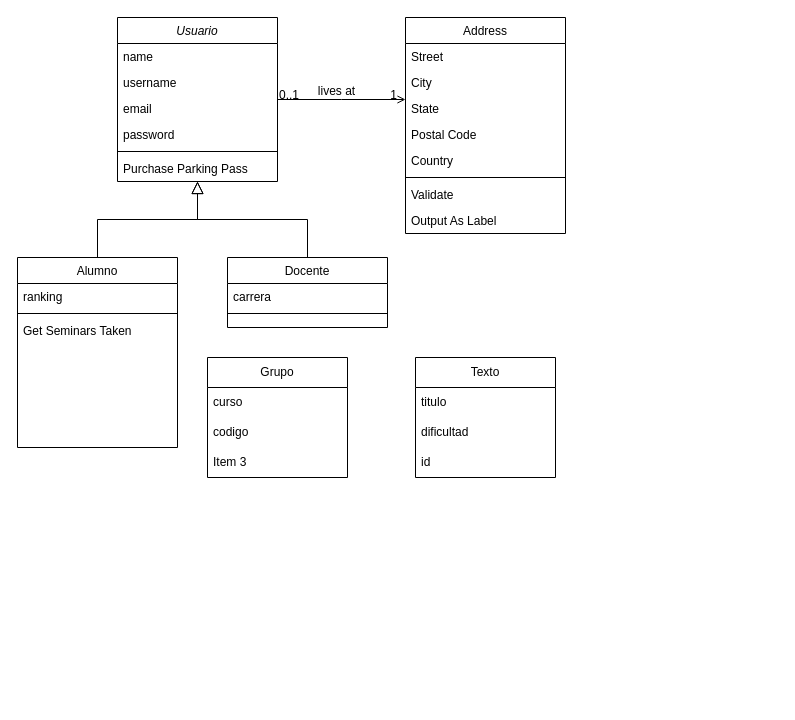
Above: ProjectAlgo2.drawio in jhordannfree/proyectoAlgo2 (draw.io), before the change. Source tidied: cells renumbered, new cells numbered last; positions are measured from the earlier drawing's top-left corner, leaving out a move shared by most shapes. Both pictures are drawn from the tidied source at 100%, with x=0, y=0 at pixel (17, 17).
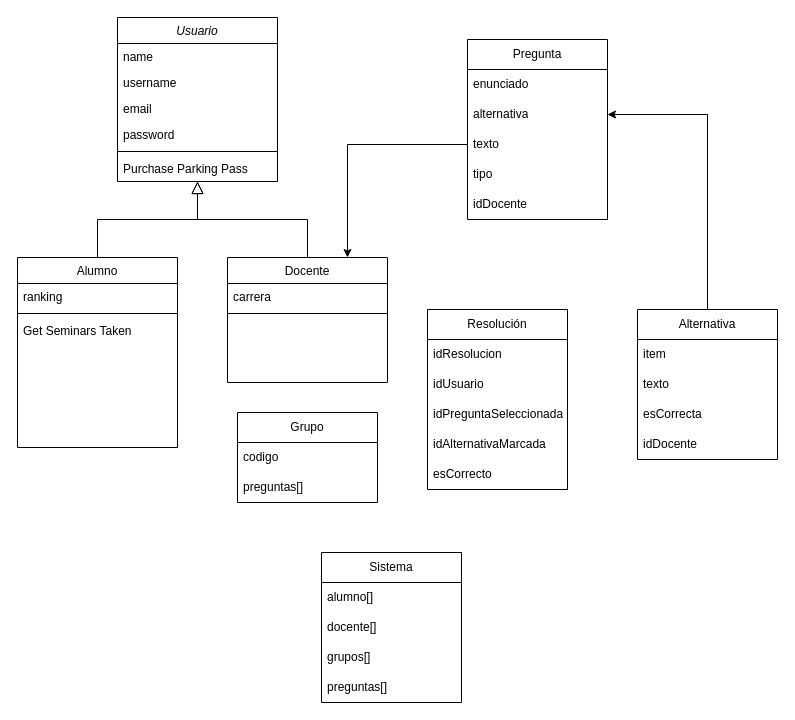
The same diagram, later.

The change refers to these unchanged cells:
```xml
<mxCell id="2" value="Usuario" style="swimlane;fontStyle=2;align=center;verticalAlign=top;horizontal=1;startSize=26;rounded=0;shadow=0;strokeWidth=1;" parent="1" vertex="1">
  <mxGeometry x="100" width="160" height="164" as="geometry" />
</mxCell>
```

The edit, as a diff of the source:
```diff
@@
     <mxCell id="14" value="Docente" style="swimlane;fontStyle=0;align=center;verticalAlign=top;horizontal=1;startSize=26;rounded=0;shadow=0;strokeWidth=1;" parent="1" vertex="1">
-      <mxGeometry x="210" y="240" width="160" height="70" as="geometry" />
+      <mxGeometry x="210" y="240" width="160" height="125" as="geometry" />
     </mxCell>
@@
-    <mxCell id="18" value="Address" style="swimlane;fontStyle=0;align=center;verticalAlign=top;horizontal=1;startSize=26;rounded=0;shadow=0;strokeWidth=1;" parent="1" vertex="1">
-      <mxGeometry x="388" width="160" height="216" as="geometry" />
-    </mxCell>
-    <mxCell id="19" value="Street" style="text;align=left;verticalAlign=top;spacingLeft=4;spacingRight=4;overflow=hidden;" parent="18" vertex="1">
-      <mxGeometry y="26" width="160" height="26" as="geometry" />
-    </mxCell>
-    <mxCell id="20" value="City" style="text;align=left;verticalAlign=top;spacingLeft=4;spacingRight=4;overflow=hidden;rounded=0;shadow=0;html=0;" parent="18" vertex="1">
-      <mxGeometry y="52" width="160" height="26" as="geometry" />
-    </mxCell>
-    <mxCell id="21" value="State" style="text;align=left;verticalAlign=top;spacingLeft=4;spacingRight=4;overflow=hidden;rounded=0;shadow=0;html=0;" parent="18" vertex="1">
-      <mxGeometry y="78" width="160" height="26" as="geometry" />
-    </mxCell>
-    <mxCell id="22" value="Postal Code" style="text;align=left;verticalAlign=top;spacingLeft=4;spacingRight=4;overflow=hidden;rounded=0;shadow=0;html=0;" parent="18" vertex="1">
-      <mxGeometry y="104" width="160" height="26" as="geometry" />
-    </mxCell>
-    <mxCell id="23" value="Country" style="text;align=left;verticalAlign=top;spacingLeft=4;spacingRight=4;overflow=hidden;rounded=0;shadow=0;html=0;" parent="18" vertex="1">
-      <mxGeometry y="130" width="160" height="26" as="geometry" />
-    </mxCell>
-    <mxCell id="24" style="line;html=1;strokeWidth=1;align=left;verticalAlign=middle;spacingTop=-1;spacingLeft=3;spacingRight=3;labelPosition=right;" parent="18" vertex="1">
-      <mxGeometry y="156" width="160" height="8" as="geometry" />
-    </mxCell>
-    <mxCell id="25" value="Validate" style="text;align=left;verticalAlign=top;spacingLeft=4;spacingRight=4;overflow=hidden;" parent="18" vertex="1">
-      <mxGeometry y="164" width="160" height="26" as="geometry" />
-    </mxCell>
-    <mxCell id="26" value="Output As Label" style="text;align=left;verticalAlign=top;spacingLeft=4;spacingRight=4;overflow=hidden;" parent="18" vertex="1">
-      <mxGeometry y="190" width="160" height="26" as="geometry" />
-    </mxCell>
-    <mxCell id="27" style="endArrow=open;shadow=0;strokeWidth=1;rounded=0;endFill=1;edgeStyle=elbowEdgeStyle;elbow=vertical;" parent="1" edge="1" source="2" target="18">
-      <mxGeometry x="0.5" y="41" relative="1" as="geometry">
-        <mxPoint x="-40" y="32" as="offset" />
-      </mxGeometry>
-    </mxCell>
-    <mxCell id="28" value="0..1" style="align=left;verticalAlign=bottom;labelBackgroundColor=none;fontSize=12;" parent="27" vertex="1">
-      <mxGeometry x="-1" relative="1" as="geometry">
-        <mxPoint y="4" as="offset" />
-      </mxGeometry>
-    </mxCell>
-    <mxCell id="29" value="1" style="align=right;verticalAlign=bottom;labelBackgroundColor=none;fontSize=12;" parent="27" vertex="1">
-      <mxGeometry x="1" relative="1" as="geometry">
-        <mxPoint x="-7" y="4" as="offset" />
-      </mxGeometry>
-    </mxCell>
-    <mxCell id="30" value="lives at" style="text;html=1;align=center;verticalAlign=middle;labelBackgroundColor=none;rounded=0;shadow=0;strokeWidth=1;fontSize=12;" parent="27" vertex="1">
-      <mxGeometry x="0.5" y="49" relative="1" as="geometry">
-        <mxPoint x="-38" y="40" as="offset" />
-      </mxGeometry>
-    </mxCell>
     <mxCell id="31" value="Grupo" style="swimlane;fontStyle=0;horizontal=1;startSize=30;whiteSpace=wrap;html=1;" parent="1" vertex="1">
-      <mxGeometry x="190" y="340" width="140" height="120" as="geometry" />
+      <mxGeometry x="220" y="395" width="140" height="90" as="geometry" />
     </mxCell>
-    <mxCell id="32" value="curso" style="text;strokeColor=none;fillColor=none;align=left;verticalAlign=middle;spacingLeft=4;spacingRight=4;overflow=hidden;whiteSpace=wrap;html=1;" parent="31" vertex="1">
-      <mxGeometry y="30" width="140" height="30" as="geometry" />
-    </mxCell>
     <mxCell id="33" value="codigo" style="text;strokeColor=none;fillColor=none;align=left;verticalAlign=middle;spacingLeft=4;spacingRight=4;overflow=hidden;whiteSpace=wrap;html=1;" parent="31" vertex="1">
-      <mxGeometry y="60" width="140" height="30" as="geometry" />
+      <mxGeometry y="30" width="140" height="30" as="geometry" />
     </mxCell>
-    <mxCell id="34" value="Item 3" style="text;strokeColor=none;fillColor=none;align=left;verticalAlign=middle;spacingLeft=4;spacingRight=4;overflow=hidden;whiteSpace=wrap;html=1;" parent="31" vertex="1">
-      <mxGeometry y="90" width="140" height="30" as="geometry" />
+    <mxCell id="34" value="preguntas[]" style="text;strokeColor=none;fillColor=none;align=left;verticalAlign=middle;spacingLeft=4;spacingRight=4;overflow=hidden;whiteSpace=wrap;html=1;" parent="31" vertex="1">
+      <mxGeometry y="60" width="140" height="30" as="geometry" />
     </mxCell>
-    <mxCell id="35" value="Texto" style="swimlane;fontStyle=0;horizontal=1;startSize=30;whiteSpace=wrap;html=1;" parent="1" vertex="1">
-      <mxGeometry x="398" y="340" width="140" height="120" as="geometry" />
+    <mxCell id="35" value="Pregunta" style="swimlane;fontStyle=0;horizontal=1;startSize=30;whiteSpace=wrap;html=1;" parent="1" vertex="1">
+      <mxGeometry x="450" y="22" width="140" height="180" as="geometry" />
     </mxCell>
-    <mxCell id="36" value="titulo" style="text;strokeColor=none;fillColor=none;align=left;verticalAlign=middle;spacingLeft=4;spacingRight=4;overflow=hidden;whiteSpace=wrap;html=1;" parent="35" vertex="1">
+    <mxCell id="36" value="enunciado" style="text;strokeColor=none;fillColor=none;align=left;verticalAlign=middle;spacingLeft=4;spacingRight=4;overflow=hidden;whiteSpace=wrap;html=1;" parent="35" vertex="1">
       <mxGeometry y="30" width="140" height="30" as="geometry" />
     </mxCell>
-    <mxCell id="37" value="dificultad" style="text;strokeColor=none;fillColor=none;align=left;verticalAlign=middle;spacingLeft=4;spacingRight=4;overflow=hidden;points=[[0,0.5],[1,0.5]];portConstraint=eastwest;whiteSpace=wrap;html=1;" parent="35" vertex="1">
+    <mxCell id="37" value="alternativa" style="text;strokeColor=none;fillColor=none;align=left;verticalAlign=middle;spacingLeft=4;spacingRight=4;overflow=hidden;points=[[0,0.5],[1,0.5]];portConstraint=eastwest;whiteSpace=wrap;html=1;" parent="35" vertex="1">
       <mxGeometry y="60" width="140" height="30" as="geometry" />
     </mxCell>
-    <mxCell id="38" value="id" style="text;strokeColor=none;fillColor=none;align=left;verticalAlign=middle;spacingLeft=4;spacingRight=4;overflow=hidden;points=[[0,0.5],[1,0.5]];portConstraint=eastwest;whiteSpace=wrap;html=1;" parent="35" vertex="1">
+    <mxCell id="38" value="texto" style="text;strokeColor=none;fillColor=none;align=left;verticalAlign=middle;spacingLeft=4;spacingRight=4;overflow=hidden;points=[[0,0.5],[1,0.5]];portConstraint=eastwest;whiteSpace=wrap;html=1;" parent="35" vertex="1">
       <mxGeometry y="90" width="140" height="30" as="geometry" />
     </mxCell>
+    <mxCell id="39" value="tipo" style="text;strokeColor=none;fillColor=none;align=left;verticalAlign=middle;spacingLeft=4;spacingRight=4;overflow=hidden;whiteSpace=wrap;html=1;" parent="35" vertex="1">
+      <mxGeometry y="120" width="140" height="30" as="geometry" />
+    </mxCell>
+    <mxCell id="40" value="idDocente" style="text;strokeColor=none;fillColor=none;align=left;verticalAlign=middle;spacingLeft=4;spacingRight=4;overflow=hidden;whiteSpace=wrap;html=1;" parent="35" vertex="1">
+      <mxGeometry y="150" width="140" height="30" as="geometry" />
+    </mxCell>
+    <mxCell id="41" value="Resolución" style="swimlane;fontStyle=0;horizontal=1;startSize=30;whiteSpace=wrap;html=1;" parent="1" vertex="1">
+      <mxGeometry x="410" y="292" width="140" height="180" as="geometry" />
+    </mxCell>
+    <mxCell id="42" value="idResolucion" style="text;strokeColor=none;fillColor=none;align=left;verticalAlign=middle;spacingLeft=4;spacingRight=4;overflow=hidden;whiteSpace=wrap;html=1;" parent="41" vertex="1">
+      <mxGeometry y="30" width="140" height="30" as="geometry" />
+    </mxCell>
+    <mxCell id="43" value="idUsuario" style="text;strokeColor=none;fillColor=none;align=left;verticalAlign=middle;spacingLeft=4;spacingRight=4;overflow=hidden;whiteSpace=wrap;html=1;" parent="41" vertex="1">
+      <mxGeometry y="60" width="140" height="30" as="geometry" />
+    </mxCell>
+    <mxCell id="44" value="idPreguntaSeleccionada" style="text;strokeColor=none;fillColor=none;align=left;verticalAlign=middle;spacingLeft=4;spacingRight=4;overflow=hidden;whiteSpace=wrap;html=1;" parent="41" vertex="1">
+      <mxGeometry y="90" width="140" height="30" as="geometry" />
+    </mxCell>
+    <mxCell id="45" value="idAlternativaMarcada" style="text;strokeColor=none;fillColor=none;align=left;verticalAlign=middle;spacingLeft=4;spacingRight=4;overflow=hidden;whiteSpace=wrap;html=1;" parent="41" vertex="1">
+      <mxGeometry y="120" width="140" height="30" as="geometry" />
+    </mxCell>
+    <mxCell id="46" value="esCorrecto&amp;nbsp;" style="text;strokeColor=none;fillColor=none;align=left;verticalAlign=middle;spacingLeft=4;spacingRight=4;overflow=hidden;whiteSpace=wrap;html=1;" parent="41" vertex="1">
+      <mxGeometry y="150" width="140" height="30" as="geometry" />
+    </mxCell>
+    <mxCell id="47" style="edgeStyle=orthogonalEdgeStyle;rounded=0;jettySize=auto;html=1;entryX=1;entryY=0.5;entryDx=0;entryDy=0;" parent="1" edge="1" source="48" target="37">
+      <mxGeometry relative="1" as="geometry" />
+    </mxCell>
+    <mxCell id="48" value="Alternativa" style="swimlane;fontStyle=0;horizontal=1;startSize=30;whiteSpace=wrap;html=1;" parent="1" vertex="1">
+      <mxGeometry x="620" y="292" width="140" height="150" as="geometry" />
+    </mxCell>
+    <mxCell id="49" value="item" style="text;strokeColor=none;fillColor=none;align=left;verticalAlign=middle;spacingLeft=4;spacingRight=4;overflow=hidden;whiteSpace=wrap;html=1;" parent="48" vertex="1">
+      <mxGeometry y="30" width="140" height="30" as="geometry" />
+    </mxCell>
+    <mxCell id="50" value="texto" style="text;strokeColor=none;fillColor=none;align=left;verticalAlign=middle;spacingLeft=4;spacingRight=4;overflow=hidden;whiteSpace=wrap;html=1;" parent="48" vertex="1">
+      <mxGeometry y="60" width="140" height="30" as="geometry" />
+    </mxCell>
+    <mxCell id="51" value="esCorrecta" style="text;strokeColor=none;fillColor=none;align=left;verticalAlign=middle;spacingLeft=4;spacingRight=4;overflow=hidden;whiteSpace=wrap;html=1;" parent="48" vertex="1">
+      <mxGeometry y="90" width="140" height="30" as="geometry" />
+    </mxCell>
+    <mxCell id="52" value="idDocente" style="text;strokeColor=none;fillColor=none;align=left;verticalAlign=middle;spacingLeft=4;spacingRight=4;overflow=hidden;whiteSpace=wrap;html=1;" parent="48" vertex="1">
+      <mxGeometry y="120" width="140" height="30" as="geometry" />
+    </mxCell>
+    <mxCell id="53" style="edgeStyle=orthogonalEdgeStyle;rounded=0;jettySize=auto;html=1;entryX=0.75;entryY=0;entryDx=0;entryDy=0;" parent="1" edge="1" source="38" target="14">
+      <mxGeometry relative="1" as="geometry" />
+    </mxCell>
+    <mxCell id="54" value="Sistema" style="swimlane;fontStyle=0;horizontal=1;startSize=30;whiteSpace=wrap;html=1;" parent="1" vertex="1">
+      <mxGeometry x="304" y="535" width="140" height="150" as="geometry" />
+    </mxCell>
+    <mxCell id="55" value="alumno[]" style="text;strokeColor=none;fillColor=none;align=left;verticalAlign=middle;spacingLeft=4;spacingRight=4;overflow=hidden;whiteSpace=wrap;html=1;" parent="54" vertex="1">
+      <mxGeometry y="30" width="140" height="30" as="geometry" />
+    </mxCell>
+    <mxCell id="56" value="docente[]" style="text;strokeColor=none;fillColor=none;align=left;verticalAlign=middle;spacingLeft=4;spacingRight=4;overflow=hidden;whiteSpace=wrap;html=1;" parent="54" vertex="1">
+      <mxGeometry y="60" width="140" height="30" as="geometry" />
+    </mxCell>
+    <mxCell id="57" value="grupos[]" style="text;strokeColor=none;fillColor=none;align=left;verticalAlign=middle;spacingLeft=4;spacingRight=4;overflow=hidden;whiteSpace=wrap;html=1;" parent="54" vertex="1">
+      <mxGeometry y="90" width="140" height="30" as="geometry" />
+    </mxCell>
+    <mxCell id="58" value="preguntas[]" style="text;strokeColor=none;fillColor=none;align=left;verticalAlign=middle;spacingLeft=4;spacingRight=4;overflow=hidden;whiteSpace=wrap;html=1;" parent="54" vertex="1">
+      <mxGeometry y="120" width="140" height="30" as="geometry" />
+    </mxCell>
```
